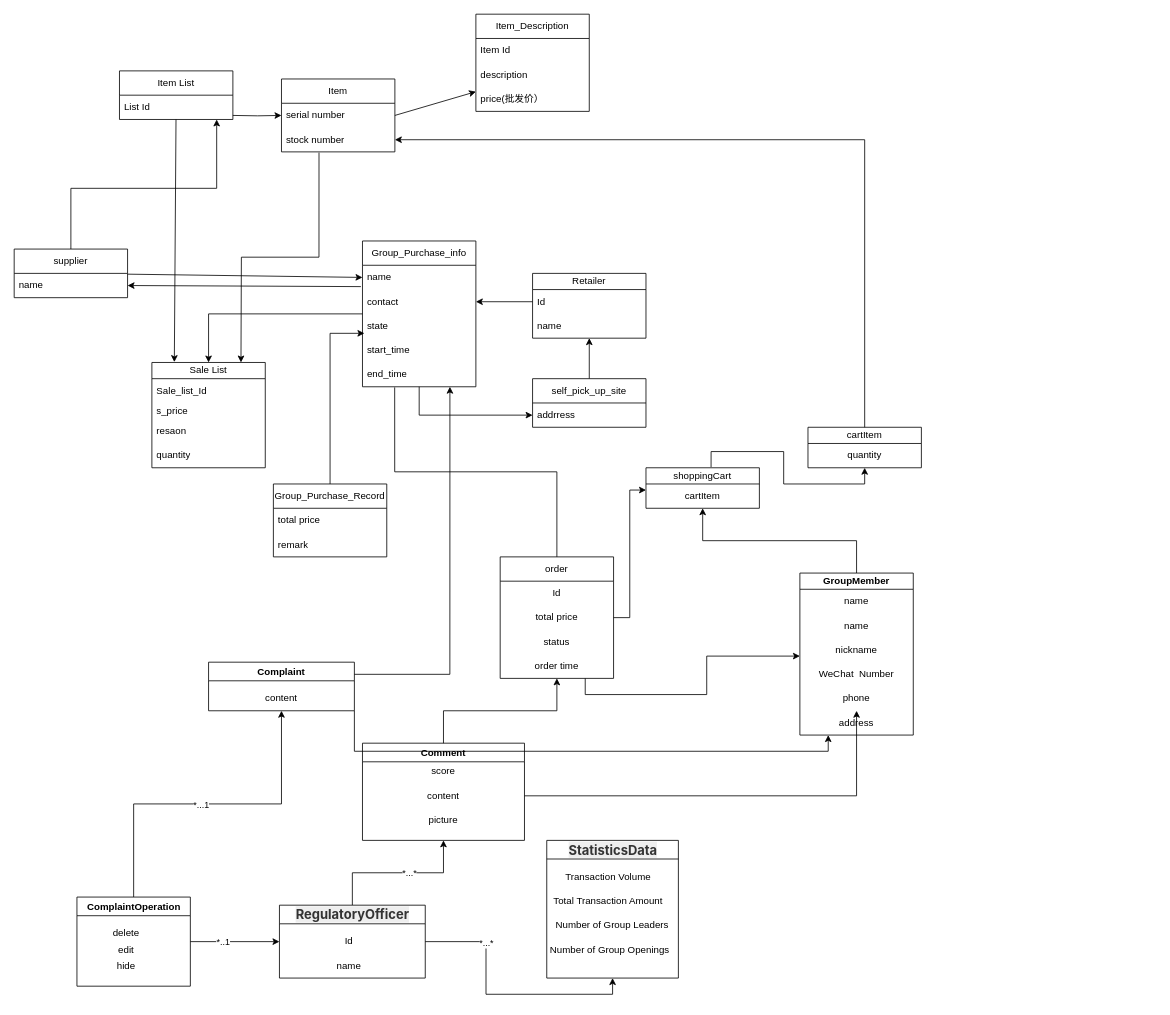
Before: 未命名绘图.drawio in zzy347964399/pafd-automated, a draw.io diagram. Source tidied: cells renumbered, new cells numbered last; positions are measured from the earlier drawing's top-left corner, leaving out a move shared by most shapes. Both pictures are drawn from the tidied source at 81%, with x=0, y=0 at pixel (14, 14).
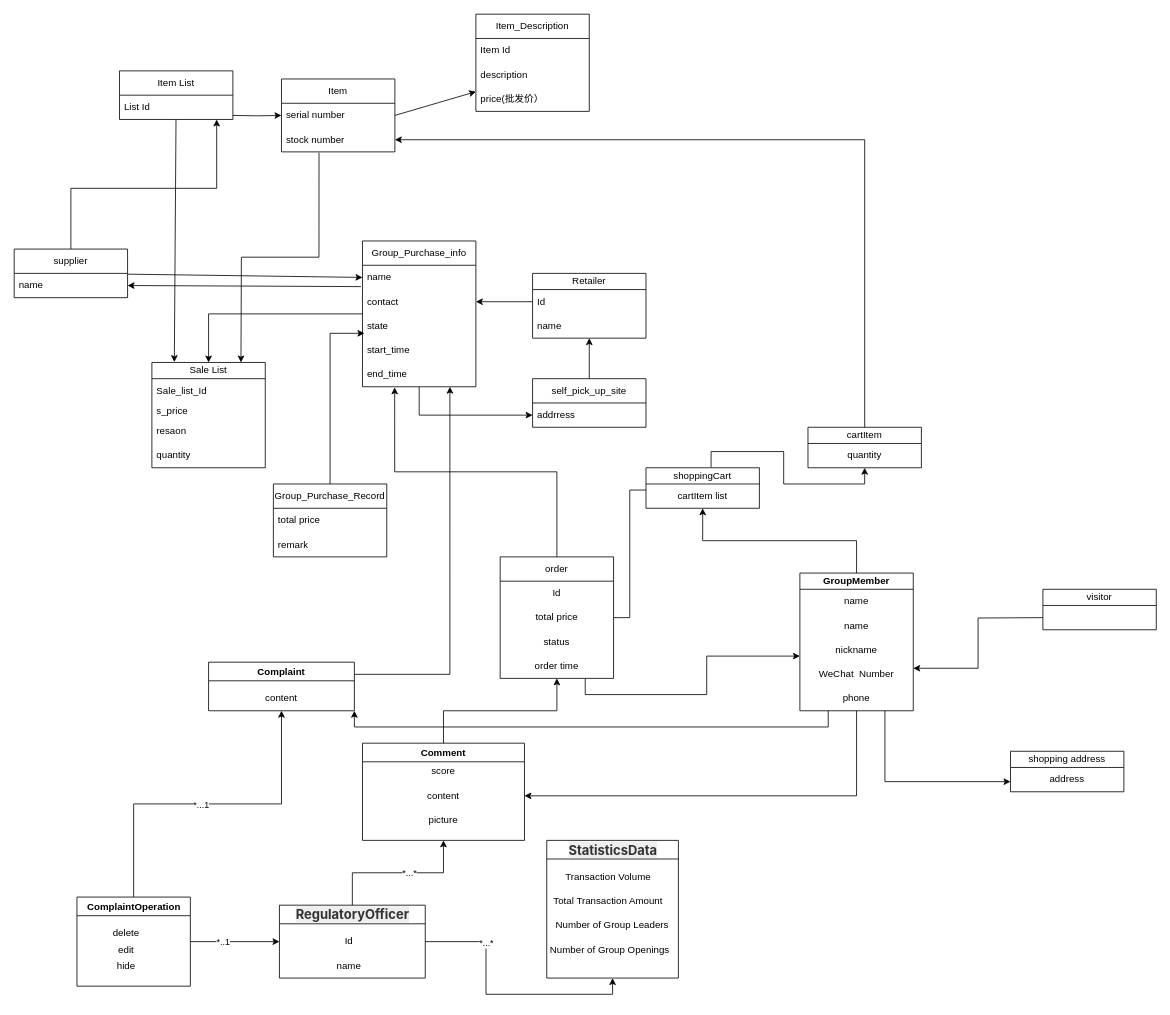
After the change.

Commit message:
更新团员端

The change refers to these unchanged cells:
```xml
<mxCell id="25" value="end_time" style="text;strokeColor=none;fillColor=none;align=left;verticalAlign=middle;spacingLeft=4;spacingRight=4;overflow=hidden;points=[[0,0.5],[1,0.5]];portConstraint=eastwest;whiteSpace=wrap;html=1;" parent="20" vertex="1">
  <mxGeometry y="150" width="140" height="30" as="geometry" />
</mxCell>
<mxCell id="40" value="order" style="swimlane;fontStyle=0;horizontal=1;startSize=30;whiteSpace=wrap;html=1;" parent="1" vertex="1">
  <mxGeometry x="600" y="670" width="140" height="150" as="geometry" />
</mxCell>
<mxCell id="42" value="total price" style="text;strokeColor=none;align=center;fillColor=none;html=1;verticalAlign=middle;whiteSpace=wrap;rounded=0;" parent="40" vertex="1">
  <mxGeometry y="60" width="140" height="30" as="geometry" />
</mxCell>
<mxCell id="50" value="WeChat&amp;nbsp; Number" style="text;html=1;strokeColor=none;fillColor=none;align=center;verticalAlign=middle;whiteSpace=wrap;rounded=0;" parent="46" vertex="1">
  <mxGeometry y="110" width="140" height="30" as="geometry" />
</mxCell>
<mxCell id="51" value="phone" style="text;html=1;strokeColor=none;fillColor=none;align=center;verticalAlign=middle;whiteSpace=wrap;rounded=0;" parent="46" vertex="1">
  <mxGeometry y="140" width="140" height="30" as="geometry" />
</mxCell>
<mxCell id="69" value="Complaint" style="swimlane;whiteSpace=wrap;html=1;" parent="1" vertex="1">
  <mxGeometry x="240" y="800" width="180" height="60" as="geometry" />
</mxCell>
<mxCell id="70" value="content" style="text;strokeColor=none;align=center;fillColor=none;html=1;verticalAlign=middle;whiteSpace=wrap;rounded=0;" parent="69" vertex="1">
  <mxGeometry y="30" width="180" height="30" as="geometry" />
</mxCell>
<mxCell id="73" value="content" style="text;strokeColor=none;align=center;fillColor=none;html=1;verticalAlign=middle;whiteSpace=wrap;rounded=0;" parent="71" vertex="1">
  <mxGeometry y="50" width="200" height="30" as="geometry" />
</mxCell>
<mxCell id="83" value="shoppingCart" style="swimlane;fontStyle=0;horizontal=1;startSize=20;whiteSpace=wrap;html=1;" parent="1" vertex="1">
  <mxGeometry x="780" y="560" width="140" height="50" as="geometry" />
</mxCell>
```

Diff of the diagram source:
```diff
@@
     <mxCell id="46" value="&lt;b&gt;GroupMember&lt;/b&gt;" style="swimlane;fontStyle=0;horizontal=1;startSize=20;whiteSpace=wrap;html=1;" parent="1" vertex="1">
-      <mxGeometry x="970" y="690" width="140" height="200" as="geometry" />
+      <mxGeometry x="970" y="690" width="140" height="170" as="geometry" />
     </mxCell>
@@
-    <mxCell id="52" value="address" style="text;html=1;strokeColor=none;fillColor=none;align=center;verticalAlign=middle;whiteSpace=wrap;rounded=0;" parent="46" vertex="1">
-      <mxGeometry y="170" width="140" height="30" as="geometry" />
-    </mxCell>
@@
-    <mxCell id="84" value="cartItem" style="text;html=1;strokeColor=none;fillColor=none;align=center;verticalAlign=middle;whiteSpace=wrap;rounded=0;" parent="83" vertex="1">
+    <mxCell id="84" value="cartItem list" style="text;html=1;strokeColor=none;fillColor=none;align=center;verticalAlign=middle;whiteSpace=wrap;rounded=0;" parent="83" vertex="1">
       <mxGeometry y="20" width="140" height="30" as="geometry" />
     </mxCell>
@@
+    <mxCell id="92" style="edgeStyle=orthogonalEdgeStyle;rounded=0;jettySize=auto;html=1;exitX=0.5;exitY=0;exitDx=0;exitDy=0;entryX=0.284;entryY=1.025;entryDx=0;entryDy=0;entryPerimeter=0;endArrow=classic;endFill=1;" parent="1" edge="1" source="40" target="25">
+      <mxGeometry relative="1" as="geometry" />
+    </mxCell>
+    <mxCell id="95" style="edgeStyle=orthogonalEdgeStyle;rounded=0;jettySize=auto;html=1;exitX=1;exitY=0.25;exitDx=0;exitDy=0;entryX=0.771;entryY=0.999;entryDx=0;entryDy=0;entryPerimeter=0;" parent="1" edge="1" source="69" target="25">
+      <mxGeometry relative="1" as="geometry" />
+    </mxCell>
+    <mxCell id="96" value="visitor" style="swimlane;fontStyle=0;horizontal=1;startSize=20;whiteSpace=wrap;html=1;" parent="1" vertex="1">
+      <mxGeometry x="1270" y="710" width="140" height="50" as="geometry" />
+    </mxCell>
+    <mxCell id="97" style="edgeStyle=orthogonalEdgeStyle;rounded=0;jettySize=auto;html=1;exitX=0;exitY=0.5;exitDx=0;exitDy=0;entryX=1;entryY=0.25;entryDx=0;entryDy=0;" parent="1" edge="1" target="50">
+      <mxGeometry relative="1" as="geometry">
+        <mxPoint x="1270" y="745" as="sourcePoint" />
+      </mxGeometry>
+    </mxCell>
+    <mxCell id="98" value="shopping address" style="swimlane;fontStyle=0;horizontal=1;startSize=20;whiteSpace=wrap;html=1;" parent="1" vertex="1">
+      <mxGeometry x="1230" y="910" width="140" height="50" as="geometry" />
+    </mxCell>
+    <mxCell id="99" style="edgeStyle=orthogonalEdgeStyle;rounded=0;jettySize=auto;html=1;exitX=0.5;exitY=1;exitDx=0;exitDy=0;entryX=0.5;entryY=1;entryDx=0;entryDy=0;" parent="98" edge="1" source="52" target="98">
+      <mxGeometry relative="1" as="geometry" />
+    </mxCell>
+    <mxCell id="52" value="address" style="text;strokeColor=none;align=center;fillColor=none;html=1;verticalAlign=middle;whiteSpace=wrap;rounded=0;" parent="98" vertex="1">
+      <mxGeometry y="20" width="140" height="30" as="geometry" />
+    </mxCell>
+    <mxCell id="100" style="edgeStyle=orthogonalEdgeStyle;rounded=0;jettySize=auto;html=1;exitX=0.75;exitY=1;exitDx=0;exitDy=0;entryX=0;entryY=0.75;entryDx=0;entryDy=0;" parent="1" edge="1" source="51" target="98">
+      <mxGeometry relative="1" as="geometry" />
+    </mxCell>
+    <mxCell id="93" style="edgeStyle=orthogonalEdgeStyle;rounded=0;jettySize=auto;html=1;exitX=0.5;exitY=1;exitDx=0;exitDy=0;entryX=1;entryY=0.5;entryDx=0;entryDy=0;" parent="1" edge="1" source="51" target="73">
+      <mxGeometry relative="1" as="geometry" />
+    </mxCell>
-    <mxCell id="91" style="edgeStyle=orthogonalEdgeStyle;rounded=0;jettySize=auto;html=1;exitX=1;exitY=0.5;exitDx=0;exitDy=0;entryX=0;entryY=0.25;entryDx=0;entryDy=0;" parent="1" edge="1" source="42" target="84">
+    <mxCell id="91" style="edgeStyle=orthogonalEdgeStyle;rounded=0;jettySize=auto;html=1;exitX=0;exitY=0.25;exitDx=0;exitDy=0;entryX=1;entryY=0.5;entryDx=0;entryDy=0;endArrow=none;endFill=0;" parent="1" edge="1" source="84" target="42">
       <mxGeometry relative="1" as="geometry" />
     </mxCell>
-    <mxCell id="92" style="edgeStyle=orthogonalEdgeStyle;rounded=0;jettySize=auto;html=1;exitX=0.5;exitY=0;exitDx=0;exitDy=0;entryX=0.284;entryY=1.025;entryDx=0;entryDy=0;entryPerimeter=0;endArrow=none;endFill=0;" parent="1" edge="1" source="40" target="25">
-      <mxGeometry relative="1" as="geometry" />
-    </mxCell>
-    <mxCell id="93" style="edgeStyle=orthogonalEdgeStyle;rounded=0;jettySize=auto;html=1;exitX=1;exitY=0.5;exitDx=0;exitDy=0;" parent="1" edge="1" source="73" target="51">
-      <mxGeometry relative="1" as="geometry" />
-    </mxCell>
-    <mxCell id="94" style="edgeStyle=orthogonalEdgeStyle;rounded=0;jettySize=auto;html=1;exitX=1;exitY=1;exitDx=0;exitDy=0;entryX=0.25;entryY=1;entryDx=0;entryDy=0;" parent="1" edge="1" source="70" target="52">
+    <mxCell id="94" style="edgeStyle=orthogonalEdgeStyle;rounded=0;jettySize=auto;html=1;exitX=0.25;exitY=1;exitDx=0;exitDy=0;entryX=1;entryY=1;entryDx=0;entryDy=0;" parent="1" edge="1" source="51" target="70">
       <mxGeometry relative="1" as="geometry" />
     </mxCell>
-    <mxCell id="95" style="edgeStyle=orthogonalEdgeStyle;rounded=0;jettySize=auto;html=1;exitX=1;exitY=0.25;exitDx=0;exitDy=0;entryX=0.771;entryY=0.999;entryDx=0;entryDy=0;entryPerimeter=0;" parent="1" edge="1" source="69" target="25">
-      <mxGeometry relative="1" as="geometry" />
-    </mxCell>
```
